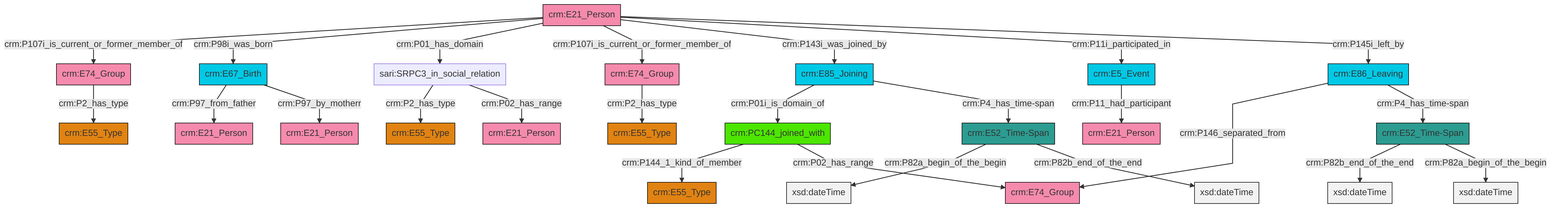
Above: et/personCSV/ttl/mmd/png/Person_Actor_Relations.png in swiss-art-research-net/reference-data-models (Mermaid), before the change. Its source is kept beside it as et/personCSV/ttl/mmd/Person_Actor_Relations.ttl.mmd.
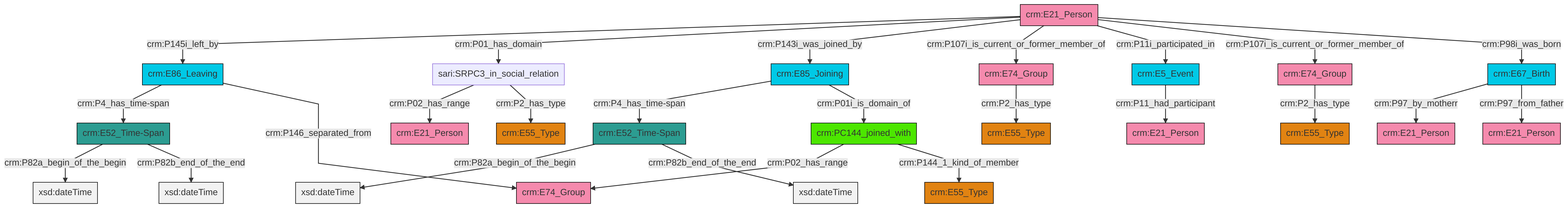
Above is the later version.

The edit, as a diff of the source:
```diff
@@ -13,27 +13,27 @@
 classDef PC_Classes fill:#4ce600, stroke:#000000;
 classDef Multi fill:#cccccc,stroke:#000000;
 
-2["sari:SRPC3_in_social_relation"]:::Default -->|crm:P2_has_type| 3["crm:E55_Type"]:::Type
-6["crm:E21_Person"]:::Actor -->|crm:P107i_is_current_or_former_member_of| 7["crm:E74_Group"]:::Actor
-11["crm:E52_Time-Span"]:::Time-Span -->|crm:P82b_end_of_the_end| 12[xsd:dateTime]:::Literal
-6["crm:E21_Person"]:::Actor -->|crm:P98i_was_born| 15["crm:E67_Birth"]:::Temporal_Entity
-6["crm:E21_Person"]:::Actor -->|crm:P01_has_domain| 2["sari:SRPC3_in_social_relation"]:::Default
-21["crm:E85_Joining"]:::Temporal_Entity -->|crm:P01i_is_domain_of| 22["crm:PC144_joined_with"]:::PC_Classes
-21["crm:E85_Joining"]:::Temporal_Entity -->|crm:P4_has_time-span| 23["crm:E52_Time-Span"]:::Time-Span
-6["crm:E21_Person"]:::Actor -->|crm:P107i_is_current_or_former_member_of| 4["crm:E74_Group"]:::Actor
-23["crm:E52_Time-Span"]:::Time-Span -->|crm:P82a_begin_of_the_begin| 29[xsd:dateTime]:::Literal
-7["crm:E74_Group"]:::Actor -->|crm:P2_has_type| 0["crm:E55_Type"]:::Type
-4["crm:E74_Group"]:::Actor -->|crm:P2_has_type| 9["crm:E55_Type"]:::Type
-6["crm:E21_Person"]:::Actor -->|crm:P143i_was_joined_by| 21["crm:E85_Joining"]:::Temporal_Entity
-15["crm:E67_Birth"]:::Temporal_Entity -->|crm:P97_from_father| 25["crm:E21_Person"]:::Actor
-11["crm:E52_Time-Span"]:::Time-Span -->|crm:P82a_begin_of_the_begin| 38[xsd:dateTime]:::Literal
-39["crm:E86_Leaving"]:::Temporal_Entity -->|crm:P146_separated_from| 34["crm:E74_Group"]:::Actor
-6["crm:E21_Person"]:::Actor -->|crm:P11i_participated_in| 17["crm:E5_Event"]:::Temporal_Entity
-22["crm:PC144_joined_with"]:::PC_Classes -->|crm:P144_1_kind_of_member| 13["crm:E55_Type"]:::Type
-17["crm:E5_Event"]:::Temporal_Entity -->|crm:P11_had_participant| 31["crm:E21_Person"]:::Actor
-23["crm:E52_Time-Span"]:::Time-Span -->|crm:P82b_end_of_the_end| 44[xsd:dateTime]:::Literal
-15["crm:E67_Birth"]:::Temporal_Entity -->|crm:P97_by_motherr| 27["crm:E21_Person"]:::Actor
-39["crm:E86_Leaving"]:::Temporal_Entity -->|crm:P4_has_time-span| 11["crm:E52_Time-Span"]:::Time-Span
-22["crm:PC144_joined_with"]:::PC_Classes -->|crm:P02_has_range| 34["crm:E74_Group"]:::Actor
-2["sari:SRPC3_in_social_relation"]:::Default -->|crm:P02_has_range| 19["crm:E21_Person"]:::Actor
-6["crm:E21_Person"]:::Actor -->|crm:P145i_left_by| 39["crm:E86_Leaving"]:::Temporal_Entity
+0["crm:E74_Group"]:::Actor -->|crm:P2_has_type| 1["crm:E55_Type"]:::Type
+6["crm:E5_Event"]:::Temporal_Entity -->|crm:P11_had_participant| 7["crm:E21_Person"]:::Actor
+8["crm:E21_Person"]:::Actor -->|crm:P145i_left_by| 9["crm:E86_Leaving"]:::Temporal_Entity
+4["crm:E67_Birth"]:::Temporal_Entity -->|crm:P97_by_motherr| 14["crm:E21_Person"]:::Actor
+12["crm:E52_Time-Span"]:::Time-Span -->|crm:P82a_begin_of_the_begin| 15[xsd:dateTime]:::Literal
+12["crm:E52_Time-Span"]:::Time-Span -->|crm:P82b_end_of_the_end| 16[xsd:dateTime]:::Literal
+17["sari:SRPC3_in_social_relation"]:::Default -->|crm:P02_has_range| 18["crm:E21_Person"]:::Actor
+19["crm:E85_Joining"]:::Temporal_Entity -->|crm:P4_has_time-span| 20["crm:E52_Time-Span"]:::Time-Span
+9["crm:E86_Leaving"]:::Temporal_Entity -->|crm:P4_has_time-span| 12["crm:E52_Time-Span"]:::Time-Span
+8["crm:E21_Person"]:::Actor -->|crm:P01_has_domain| 17["sari:SRPC3_in_social_relation"]:::Default
+8["crm:E21_Person"]:::Actor -->|crm:P143i_was_joined_by| 19["crm:E85_Joining"]:::Temporal_Entity
+29["crm:E74_Group"]:::Actor -->|crm:P2_has_type| 21["crm:E55_Type"]:::Type
+4["crm:E67_Birth"]:::Temporal_Entity -->|crm:P97_from_father| 30["crm:E21_Person"]:::Actor
+8["crm:E21_Person"]:::Actor -->|crm:P107i_is_current_or_former_member_of| 0["crm:E74_Group"]:::Actor
+17["sari:SRPC3_in_social_relation"]:::Default -->|crm:P2_has_type| 2["crm:E55_Type"]:::Type
+20["crm:E52_Time-Span"]:::Time-Span -->|crm:P82a_begin_of_the_begin| 33[xsd:dateTime]:::Literal
+20["crm:E52_Time-Span"]:::Time-Span -->|crm:P82b_end_of_the_end| 34[xsd:dateTime]:::Literal
+8["crm:E21_Person"]:::Actor -->|crm:P11i_participated_in| 6["crm:E5_Event"]:::Temporal_Entity
+19["crm:E85_Joining"]:::Temporal_Entity -->|crm:P01i_is_domain_of| 36["crm:PC144_joined_with"]:::PC_Classes
+8["crm:E21_Person"]:::Actor -->|crm:P107i_is_current_or_former_member_of| 29["crm:E74_Group"]:::Actor
+9["crm:E86_Leaving"]:::Temporal_Entity -->|crm:P146_separated_from| 10["crm:E74_Group"]:::Actor
+8["crm:E21_Person"]:::Actor -->|crm:P98i_was_born| 4["crm:E67_Birth"]:::Temporal_Entity
+36["crm:PC144_joined_with"]:::PC_Classes -->|crm:P02_has_range| 10["crm:E74_Group"]:::Actor
+36["crm:PC144_joined_with"]:::PC_Classes -->|crm:P144_1_kind_of_member| 25["crm:E55_Type"]:::Type
```
